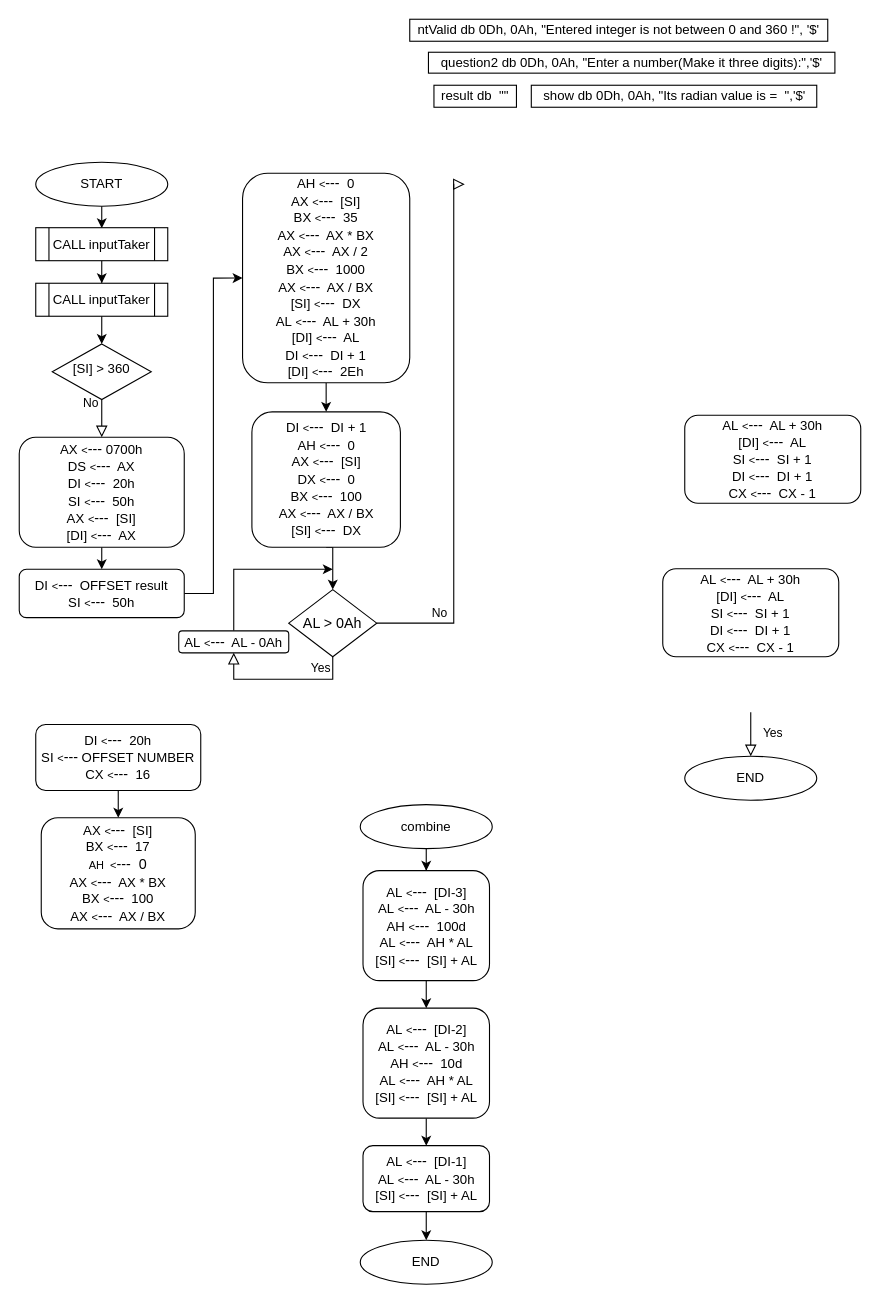
Above: finalQ5.drawio in mmuurraatt/My-Projects-On-Github (draw.io), before the change. Source tidied: cells renumbered, new cells numbered last; positions are measured from the earlier drawing's top-left corner, leaving out a move shared by most shapes. Both pictures are drawn from the tidied source at 110%, with x=0, y=0 at pixel (19, 19).
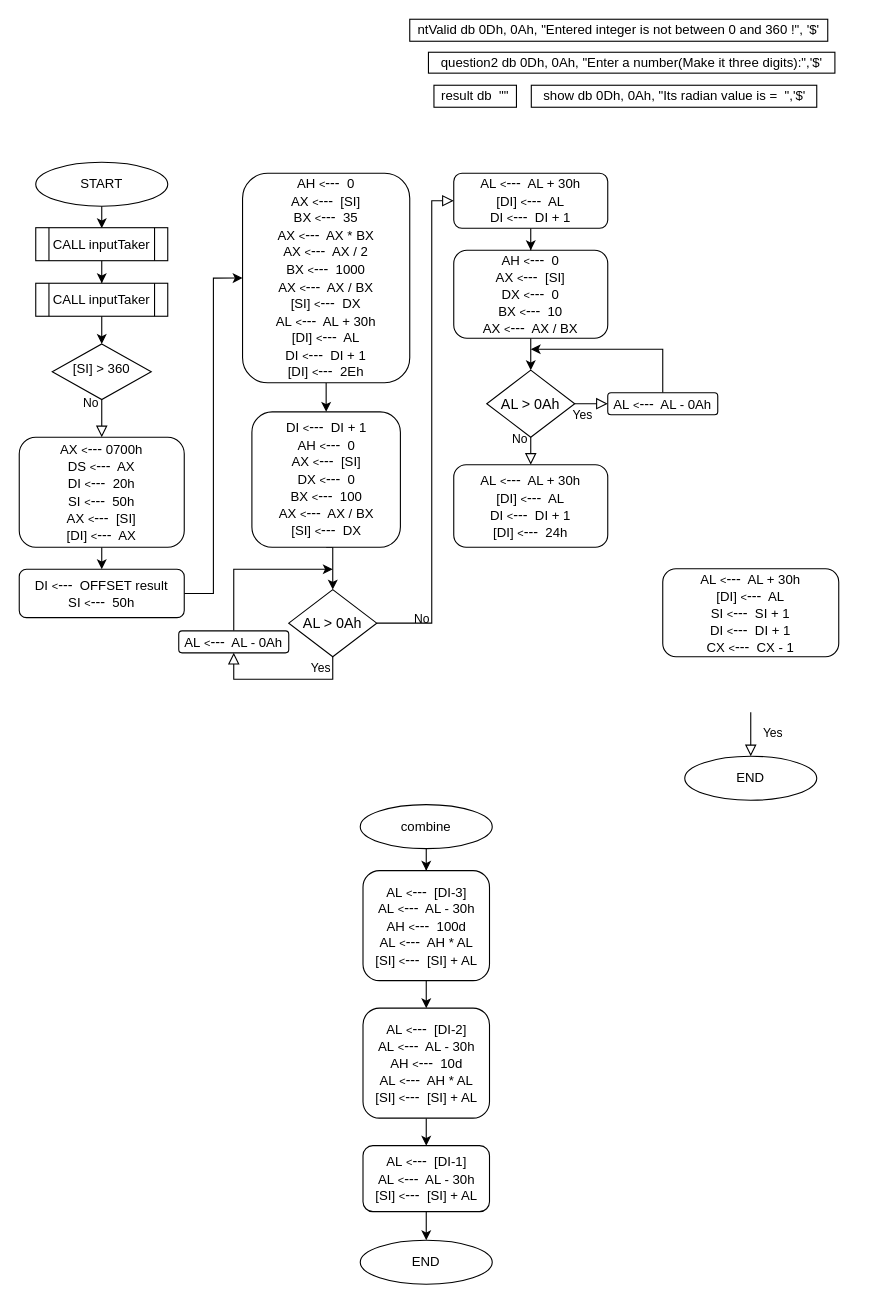
Above is the later version.

Unchanged cells that the change refers to:
```xml
<mxCell id="41" value="AL &amp;gt; 0Ah" style="rhombus;whiteSpace=wrap;html=1;fontSize=13;" parent="1" vertex="1">
  <mxGeometry x="245" y="518.5" width="80" height="61" as="geometry" />
</mxCell>
```

The edit, as a diff of the source:
```diff
@@
-    <mxCell id="17" style="edgeStyle=orthogonalEdgeStyle;rounded=0;jettySize=auto;html=1;fontSize=13;" parent="1" edge="1" source="18" target="20">
-      <mxGeometry relative="1" as="geometry" />
-    </mxCell>
-    <mxCell id="18" value="DI&amp;nbsp;&lt;font style=&quot;font-size: 10px&quot;&gt;&amp;lt;&lt;/font&gt;&lt;font style=&quot;font-size: 13px&quot;&gt;---&lt;/font&gt;&amp;nbsp; 20h&lt;br&gt;SI&amp;nbsp;&lt;font style=&quot;font-size: 10px&quot;&gt;&amp;lt;&lt;/font&gt;&lt;font style=&quot;font-size: 13px&quot;&gt;---&lt;/font&gt;&amp;nbsp;OFFSET NUMBER&lt;br&gt;CX&amp;nbsp;&lt;font style=&quot;font-size: 10px&quot;&gt;&amp;lt;&lt;/font&gt;&lt;font style=&quot;font-size: 13px&quot;&gt;---&lt;/font&gt;&amp;nbsp; 16" style="rounded=1;whiteSpace=wrap;html=1;fontSize=12;glass=0;strokeWidth=1;shadow=0;" parent="1" vertex="1">
-      <mxGeometry x="15" y="641.1" width="150" height="60" as="geometry" />
-    </mxCell>
-    <mxCell id="19" style="edgeStyle=orthogonalEdgeStyle;rounded=0;orthogonalLoop=1;jettySize=auto;html=1;exitX=0.5;exitY=1;exitDx=0;exitDy=0;fontSize=9;" parent="1" edge="1" source="18" target="18">
-      <mxGeometry relative="1" as="geometry" />
+    <mxCell id="19" style="edgeStyle=orthogonalEdgeStyle;rounded=0;orthogonalLoop=1;jettySize=auto;html=1;exitX=0.5;exitY=1;exitDx=0;exitDy=0;fontSize=9;" parent="1" edge="1">
+      <mxGeometry relative="1" as="geometry">
+        <mxPoint x="90" y="701.1" as="sourcePoint" />
+        <mxPoint x="90" y="701.1" as="targetPoint" />
+      </mxGeometry>
     </mxCell>
+    <mxCell id="46" style="edgeStyle=orthogonalEdgeStyle;rounded=0;jettySize=auto;html=1;" parent="1" edge="1" source="20" target="48">
+      <mxGeometry relative="1" as="geometry" />
+    </mxCell>
-    <mxCell id="20" value="AX&amp;nbsp;&lt;font style=&quot;font-size: 10px&quot;&gt;&amp;lt;&lt;/font&gt;&lt;font style=&quot;font-size: 13px&quot;&gt;---&lt;/font&gt;&amp;nbsp; [SI]&lt;br&gt;BX&amp;nbsp;&lt;font style=&quot;font-size: 10px&quot;&gt;&amp;lt;&lt;/font&gt;&lt;font style=&quot;font-size: 13px&quot;&gt;---&lt;/font&gt;&amp;nbsp; 17&lt;br&gt;&lt;font style=&quot;font-size: 10px&quot;&gt;AH&amp;nbsp; &amp;lt;&lt;/font&gt;&lt;font style=&quot;font-size: 13px&quot;&gt;---&amp;nbsp; 0&lt;/font&gt;&lt;br&gt;AX&amp;nbsp;&lt;font style=&quot;font-size: 10px&quot;&gt;&amp;lt;&lt;/font&gt;&lt;font style=&quot;font-size: 13px&quot;&gt;---&lt;/font&gt;&amp;nbsp; AX * BX&lt;br&gt;BX&amp;nbsp;&lt;font style=&quot;font-size: 10px&quot;&gt;&amp;lt;&lt;/font&gt;&lt;font style=&quot;font-size: 13px&quot;&gt;---&lt;/font&gt;&amp;nbsp; 100&lt;br&gt;AX&amp;nbsp;&lt;font style=&quot;font-size: 10px&quot;&gt;&amp;lt;&lt;/font&gt;&lt;font style=&quot;font-size: 13px&quot;&gt;---&lt;/font&gt;&amp;nbsp; AX / BX" style="rounded=1;whiteSpace=wrap;html=1;fontSize=12;glass=0;strokeWidth=1;shadow=0;" parent="1" vertex="1">
-      <mxGeometry x="20" y="725.9" width="140" height="101" as="geometry" />
+    <mxCell id="20" value="AH&amp;nbsp;&lt;font style=&quot;font-size: 10px&quot;&gt;&amp;lt;&lt;/font&gt;&lt;font style=&quot;font-size: 13px&quot;&gt;---&lt;/font&gt;&amp;nbsp; 0&lt;br&gt;AX&amp;nbsp;&lt;font style=&quot;font-size: 10px;&quot;&gt;&amp;lt;&lt;/font&gt;&lt;font style=&quot;font-size: 13px;&quot;&gt;---&lt;/font&gt;&amp;nbsp; [SI]&lt;br&gt;DX&amp;nbsp;&lt;font style=&quot;font-size: 10px;&quot;&gt;&amp;lt;&lt;/font&gt;&lt;font style=&quot;font-size: 13px;&quot;&gt;---&lt;/font&gt;&amp;nbsp; 0&lt;br&gt;BX&amp;nbsp;&lt;font style=&quot;font-size: 10px&quot;&gt;&amp;lt;&lt;/font&gt;&lt;font style=&quot;font-size: 13px&quot;&gt;---&lt;/font&gt;&amp;nbsp; 10&lt;br&gt;AX&amp;nbsp;&lt;font style=&quot;font-size: 10px&quot;&gt;&amp;lt;&lt;/font&gt;&lt;font style=&quot;font-size: 13px&quot;&gt;---&lt;/font&gt;&amp;nbsp; AX / BX" style="rounded=1;whiteSpace=wrap;html=1;fontSize=12;glass=0;strokeWidth=1;shadow=0;" parent="1" vertex="1">
+      <mxGeometry x="395" y="210" width="140" height="80" as="geometry" />
     </mxCell>
+    <mxCell id="47" style="edgeStyle=orthogonalEdgeStyle;rounded=0;jettySize=auto;html=1;" parent="1" edge="1" source="21" target="20">
+      <mxGeometry relative="1" as="geometry" />
+    </mxCell>
-    <mxCell id="21" value="&lt;span style=&quot;font-size: 12px&quot;&gt;AL&amp;nbsp;&lt;/span&gt;&lt;font style=&quot;font-size: 10px&quot;&gt;&amp;lt;&lt;/font&gt;&lt;font&gt;---&lt;/font&gt;&lt;span style=&quot;font-size: 12px&quot;&gt;&amp;nbsp; AL + 30h&lt;/span&gt;&lt;br style=&quot;font-size: 12px&quot;&gt;&lt;span style=&quot;font-size: 12px&quot;&gt;[DI]&amp;nbsp;&lt;/span&gt;&lt;font style=&quot;font-size: 10px&quot;&gt;&amp;lt;&lt;/font&gt;&lt;font&gt;---&lt;/font&gt;&lt;span style=&quot;font-size: 12px&quot;&gt;&amp;nbsp; AL&lt;/span&gt;&lt;br style=&quot;font-size: 12px&quot;&gt;&lt;span style=&quot;font-size: 12px&quot;&gt;SI&amp;nbsp;&lt;/span&gt;&lt;font style=&quot;font-size: 10px&quot;&gt;&amp;lt;&lt;/font&gt;&lt;font&gt;---&lt;/font&gt;&lt;span style=&quot;font-size: 12px&quot;&gt;&amp;nbsp; SI + 1&lt;/span&gt;&lt;br style=&quot;font-size: 12px&quot;&gt;&lt;span style=&quot;font-size: 12px&quot;&gt;DI&amp;nbsp;&lt;/span&gt;&lt;font style=&quot;font-size: 10px&quot;&gt;&amp;lt;&lt;/font&gt;&lt;font&gt;---&lt;/font&gt;&lt;span style=&quot;font-size: 12px&quot;&gt;&amp;nbsp; DI + 1&lt;/span&gt;&lt;br style=&quot;font-size: 12px&quot;&gt;&lt;span style=&quot;font-size: 12px&quot;&gt;CX&amp;nbsp;&lt;/span&gt;&lt;font style=&quot;font-size: 10px&quot;&gt;&amp;lt;&lt;/font&gt;&lt;font&gt;---&lt;/font&gt;&lt;span style=&quot;font-size: 12px&quot;&gt;&amp;nbsp; CX - 1&lt;/span&gt;" style="rounded=1;whiteSpace=wrap;html=1;fontSize=13;" parent="1" vertex="1">
-      <mxGeometry x="605" y="360" width="160" height="80" as="geometry" />
+    <mxCell id="21" value="&lt;span style=&quot;font-size: 12px&quot;&gt;AL&amp;nbsp;&lt;/span&gt;&lt;font style=&quot;font-size: 10px&quot;&gt;&amp;lt;&lt;/font&gt;&lt;font&gt;---&lt;/font&gt;&lt;span style=&quot;font-size: 12px&quot;&gt;&amp;nbsp; AL + 30h&lt;/span&gt;&lt;br style=&quot;font-size: 12px&quot;&gt;&lt;span style=&quot;font-size: 12px&quot;&gt;[DI]&amp;nbsp;&lt;/span&gt;&lt;font style=&quot;font-size: 10px&quot;&gt;&amp;lt;&lt;/font&gt;&lt;font&gt;---&lt;/font&gt;&lt;span style=&quot;font-size: 12px&quot;&gt;&amp;nbsp; AL&lt;/span&gt;&lt;br style=&quot;font-size: 12px&quot;&gt;&lt;span style=&quot;font-size: 12px&quot;&gt;DI&amp;nbsp;&lt;/span&gt;&lt;font style=&quot;font-size: 10px&quot;&gt;&amp;lt;&lt;/font&gt;&lt;font&gt;---&lt;/font&gt;&lt;span style=&quot;font-size: 12px&quot;&gt;&amp;nbsp; DI + 1&lt;/span&gt;" style="rounded=1;whiteSpace=wrap;html=1;fontSize=13;" parent="1" vertex="1">
+      <mxGeometry x="395" y="140" width="140" height="50" as="geometry" />
     </mxCell>
@@
-    <mxCell id="42" value="No" style="edgeStyle=orthogonalEdgeStyle;rounded=0;html=1;jettySize=auto;fontSize=11;endArrow=block;endFill=0;endSize=8;strokeWidth=1;shadow=0;labelBackgroundColor=none;exitX=1;exitY=0.5;exitDx=0;exitDy=0;" parent="1" edge="1" source="41">
+    <mxCell id="42" value="No" style="edgeStyle=orthogonalEdgeStyle;rounded=0;html=1;jettySize=auto;fontSize=11;endArrow=block;endFill=0;endSize=8;strokeWidth=1;shadow=0;labelBackgroundColor=none;exitX=1;exitY=0.5;exitDx=0;exitDy=0;entryX=0;entryY=0.5;entryDx=0;entryDy=0;" parent="1" edge="1" source="41" target="21">
       <mxGeometry x="-0.76" y="9" relative="1" as="geometry">
-        <mxPoint x="405" y="150" as="targetPoint" />
         <Array as="points">
-          <mxPoint x="395" y="549" />
+          <mxPoint x="375" y="549" />
+          <mxPoint x="375" y="165" />
         </Array>
       </mxGeometry>
     </mxCell>
@@
+    <mxCell id="48" value="AL &amp;gt; 0Ah" style="rhombus;whiteSpace=wrap;html=1;fontSize=13;" parent="1" vertex="1">
+      <mxGeometry x="425" y="319" width="80" height="61" as="geometry" />
+    </mxCell>
+    <mxCell id="49" value="Yes" style="rounded=0;html=1;jettySize=auto;fontSize=11;endArrow=block;endFill=0;endSize=8;strokeWidth=1;shadow=0;labelBackgroundColor=none;edgeStyle=orthogonalEdgeStyle;exitX=1;exitY=0.5;exitDx=0;exitDy=0;entryX=0;entryY=0.5;entryDx=0;entryDy=0;" parent="1" edge="1" source="48" target="51">
+      <mxGeometry x="-0.52" y="-10" relative="1" as="geometry">
+        <Array as="points">
+          <mxPoint x="525" y="350" />
+          <mxPoint x="535" y="350" />
+        </Array>
+      </mxGeometry>
+    </mxCell>
+    <mxCell id="50" style="edgeStyle=orthogonalEdgeStyle;rounded=0;jettySize=auto;html=1;exitX=0.5;exitY=0;exitDx=0;exitDy=0;" parent="1" edge="1" source="51">
+      <mxGeometry relative="1" as="geometry">
+        <mxPoint x="465" y="300" as="targetPoint" />
+        <Array as="points">
+          <mxPoint x="585" y="300" />
+        </Array>
+      </mxGeometry>
+    </mxCell>
+    <mxCell id="51" value="AL&amp;nbsp;&lt;font style=&quot;font-size: 10px&quot;&gt;&amp;lt;&lt;/font&gt;&lt;font style=&quot;font-size: 13px&quot;&gt;---&lt;/font&gt;&amp;nbsp; AL - 0Ah" style="rounded=1;whiteSpace=wrap;html=1;fontSize=12;glass=0;strokeWidth=1;shadow=0;" parent="1" vertex="1">
+      <mxGeometry x="535" y="339.5" width="100" height="20" as="geometry" />
+    </mxCell>
+    <mxCell id="52" value="No" style="edgeStyle=orthogonalEdgeStyle;rounded=0;html=1;jettySize=auto;fontSize=11;endArrow=block;endFill=0;endSize=8;strokeWidth=1;shadow=0;labelBackgroundColor=none;exitX=0.5;exitY=1;exitDx=0;exitDy=0;entryX=0.5;entryY=0;entryDx=0;entryDy=0;" parent="1" edge="1" source="48" target="53">
+      <mxGeometry x="-0.83" y="-10" relative="1" as="geometry" />
+    </mxCell>
+    <mxCell id="53" value="&lt;span style=&quot;font-size: 12px&quot;&gt;AL&amp;nbsp;&lt;/span&gt;&lt;font style=&quot;font-size: 10px&quot;&gt;&amp;lt;&lt;/font&gt;&lt;font&gt;---&lt;/font&gt;&lt;span style=&quot;font-size: 12px&quot;&gt;&amp;nbsp; AL + 30h&lt;/span&gt;&lt;br style=&quot;font-size: 12px&quot;&gt;&lt;span style=&quot;font-size: 12px&quot;&gt;[DI]&amp;nbsp;&lt;/span&gt;&lt;font style=&quot;font-size: 10px&quot;&gt;&amp;lt;&lt;/font&gt;&lt;font&gt;---&lt;/font&gt;&lt;span style=&quot;font-size: 12px&quot;&gt;&amp;nbsp; AL&lt;/span&gt;&lt;br style=&quot;font-size: 12px&quot;&gt;&lt;span style=&quot;font-size: 12px&quot;&gt;DI&amp;nbsp;&lt;/span&gt;&lt;font style=&quot;font-size: 10px&quot;&gt;&amp;lt;&lt;/font&gt;&lt;font&gt;---&lt;/font&gt;&lt;span style=&quot;font-size: 12px&quot;&gt;&amp;nbsp; DI + 1&lt;br&gt;&lt;/span&gt;&lt;span style=&quot;font-size: 12px;&quot;&gt;[DI]&amp;nbsp;&lt;/span&gt;&lt;font style=&quot;font-size: 10px;&quot;&gt;&amp;lt;&lt;/font&gt;---&lt;span style=&quot;font-size: 12px;&quot;&gt;&amp;nbsp; 24h&lt;/span&gt;&lt;span style=&quot;font-size: 12px&quot;&gt;&lt;br&gt;&lt;/span&gt;" style="rounded=1;whiteSpace=wrap;html=1;fontSize=13;" parent="1" vertex="1">
+      <mxGeometry x="395" y="405" width="140" height="75" as="geometry" />
+    </mxCell>
```
